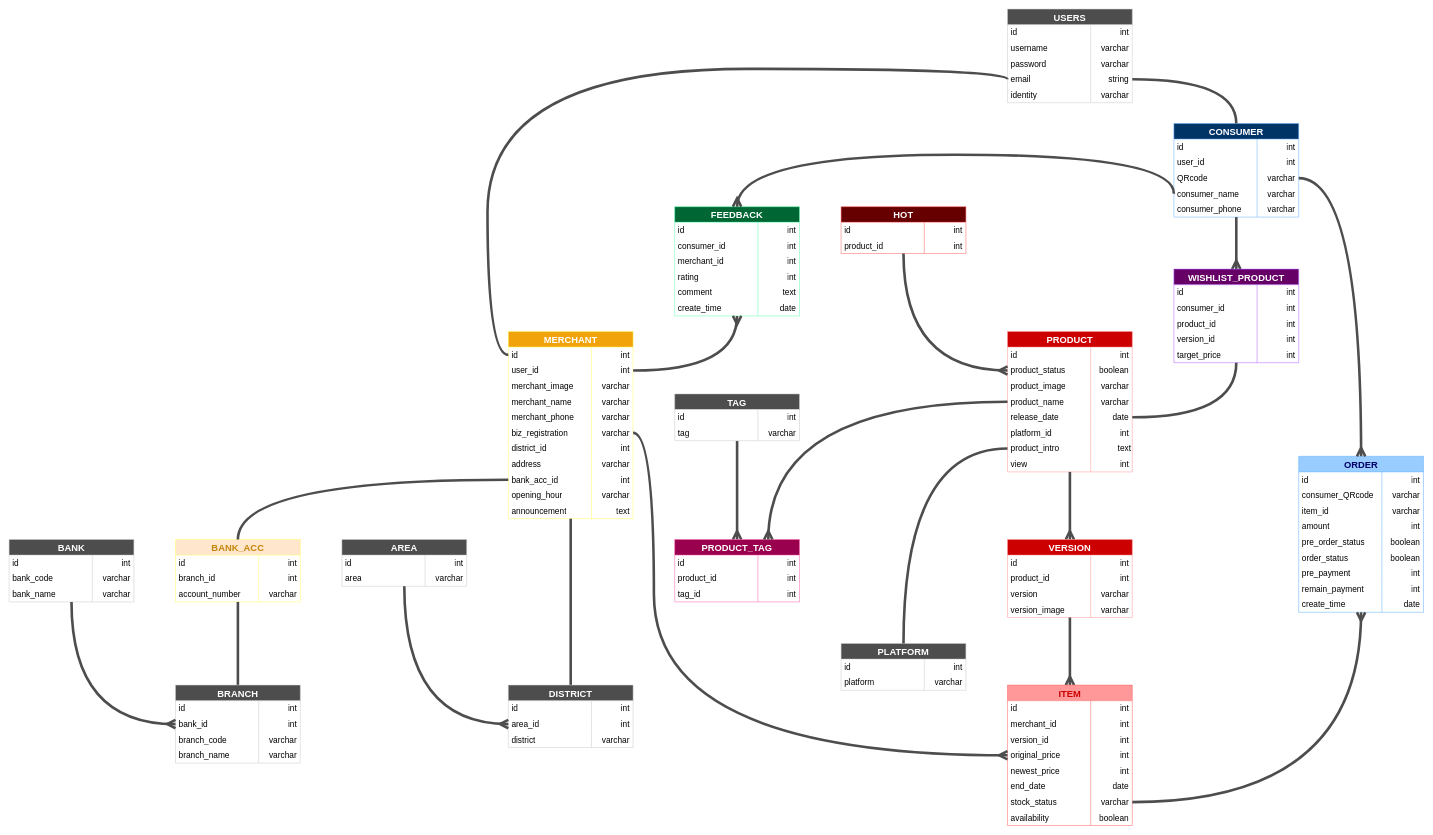
Wils0nLin/FRD-Project keeps this draw.io diagram as guideline/sql_diagram/erd.drawio. Above is the earlier version. Source tidied: cells renumbered, new cells numbered last; positions are measured from the earlier drawing's top-left corner, leaving out a move shared by most shapes. Both pictures are drawn from the tidied source at 52%, with x=0, y=0 at pixel (9, 9).
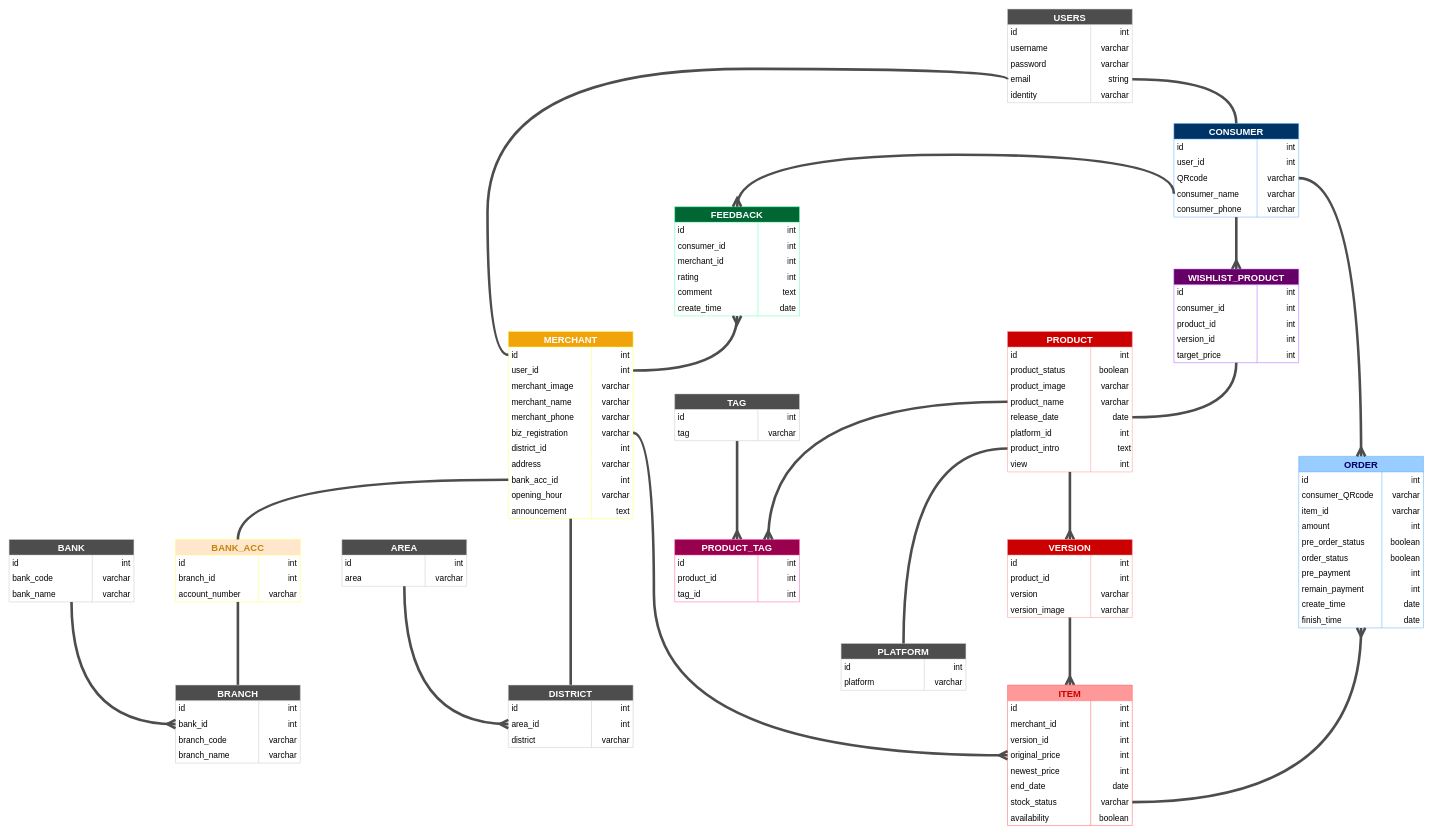
The same diagram, later.

The change refers to these unchanged cells:
```xml
<mxCell id="83" style="shape=tableRow;horizontal=0;startSize=0;swimlaneHead=0;swimlaneBody=0;top=0;left=0;bottom=0;right=0;fillColor=none;points=[[0,0.5],[1,0.5]];portConstraint=eastwest;" parent="79" vertex="1">
  <mxGeometry y="60" width="240" height="30" as="geometry" />
</mxCell>
```

What changed in the source:
```diff
@@
     <mxCell id="34" value="ORDER" style="shape=table;startSize=30;childLayout=tableLayout;rowLines=0;fontStyle=1;fontSize=18;labelBackgroundColor=none;fillColor=#99CCFF;strokeColor=#66B2FF;labelBorderColor=none;fontColor=#000066;swimlaneFillColor=default;" parent="1" vertex="1">
-      <mxGeometry x="2480" y="860" width="240" height="300" as="geometry" />
+      <mxGeometry x="2480" y="860" width="240" height="330" as="geometry" />
     </mxCell>
@@
+    <mxCell id="295" style="shape=tableRow;horizontal=0;startSize=0;swimlaneHead=0;swimlaneBody=0;top=0;left=0;bottom=0;right=0;fillColor=none;" parent="34" vertex="1">
+      <mxGeometry y="300" width="240" height="30" as="geometry" />
+    </mxCell>
+    <mxCell id="296" value="&amp;nbsp;finish_time" style="shape=partialRectangle;html=1;whiteSpace=wrap;fillColor=none;top=0;left=0;bottom=0;right=0;overflow=hidden;fontSize=16;align=left;" parent="295" vertex="1">
+      <mxGeometry width="160" height="30" as="geometry" />
+    </mxCell>
+    <mxCell id="297" value="date&amp;nbsp;" style="shape=partialRectangle;html=1;whiteSpace=wrap;fillColor=none;top=0;left=0;bottom=0;right=0;align=right;spacingLeft=6;overflow=hidden;fontSize=16;" parent="295" vertex="1">
+      <mxGeometry x="160" width="80" height="30" as="geometry" />
+    </mxCell>
@@
-    <mxCell id="157" value="HOT" style="shape=table;startSize=30;childLayout=tableLayout;rowLines=0;fontStyle=1;fontSize=18;labelBackgroundColor=none;fillColor=#660000;fontColor=#ffffff;strokeColor=#FF6666;labelBorderColor=none;swimlaneFillColor=default;" parent="1" vertex="1">
-      <mxGeometry x="1600" y="380" width="240" height="90" as="geometry" />
-    </mxCell>
-    <mxCell id="158" style="shape=tableRow;horizontal=0;startSize=0;swimlaneHead=0;swimlaneBody=0;top=0;left=0;bottom=0;right=0;fillColor=none;" parent="157" vertex="1">
-      <mxGeometry y="30" width="240" height="30" as="geometry" />
-    </mxCell>
-    <mxCell id="159" value="&amp;nbsp;id" style="shape=partialRectangle;html=1;whiteSpace=wrap;fillColor=none;top=0;left=0;bottom=0;right=0;overflow=hidden;align=left;fontSize=16;" parent="158" vertex="1">
-      <mxGeometry width="160" height="30" as="geometry" />
-    </mxCell>
-    <mxCell id="160" value="int&amp;nbsp;" style="shape=partialRectangle;html=1;whiteSpace=wrap;fillColor=none;top=0;left=0;bottom=0;right=0;align=right;spacingLeft=6;overflow=hidden;fontSize=16;" parent="158" vertex="1">
-      <mxGeometry x="160" width="80" height="30" as="geometry" />
-    </mxCell>
-    <mxCell id="161" style="shape=tableRow;horizontal=0;startSize=0;swimlaneHead=0;swimlaneBody=0;top=0;left=0;bottom=0;right=0;fillColor=none;" parent="157" vertex="1">
-      <mxGeometry y="60" width="240" height="30" as="geometry" />
-    </mxCell>
-    <mxCell id="162" value="&amp;nbsp;product_id" style="shape=partialRectangle;html=1;whiteSpace=wrap;fillColor=none;top=0;left=0;bottom=0;right=0;overflow=hidden;fontSize=16;align=left;" parent="161" vertex="1">
-      <mxGeometry width="160" height="30" as="geometry" />
-    </mxCell>
-    <mxCell id="163" value="int&amp;nbsp;" style="shape=partialRectangle;html=1;whiteSpace=wrap;fillColor=none;top=0;left=0;bottom=0;right=0;align=right;spacingLeft=6;overflow=hidden;fontSize=16;" parent="161" vertex="1">
-      <mxGeometry x="160" width="80" height="30" as="geometry" />
-    </mxCell>
@@
-    <mxCell id="278" style="edgeStyle=orthogonalEdgeStyle;curved=1;html=1;exitX=0;exitY=0.5;exitDx=0;exitDy=0;strokeColor=#4D4D4D;strokeWidth=5;fontSize=16;fontColor=#C4860A;startArrow=ERmany;startFill=0;endArrow=none;endFill=0;startSize=10;endSize=10;" parent="1" edge="1" source="83" target="157">
-      <mxGeometry relative="1" as="geometry" />
-    </mxCell>
```
